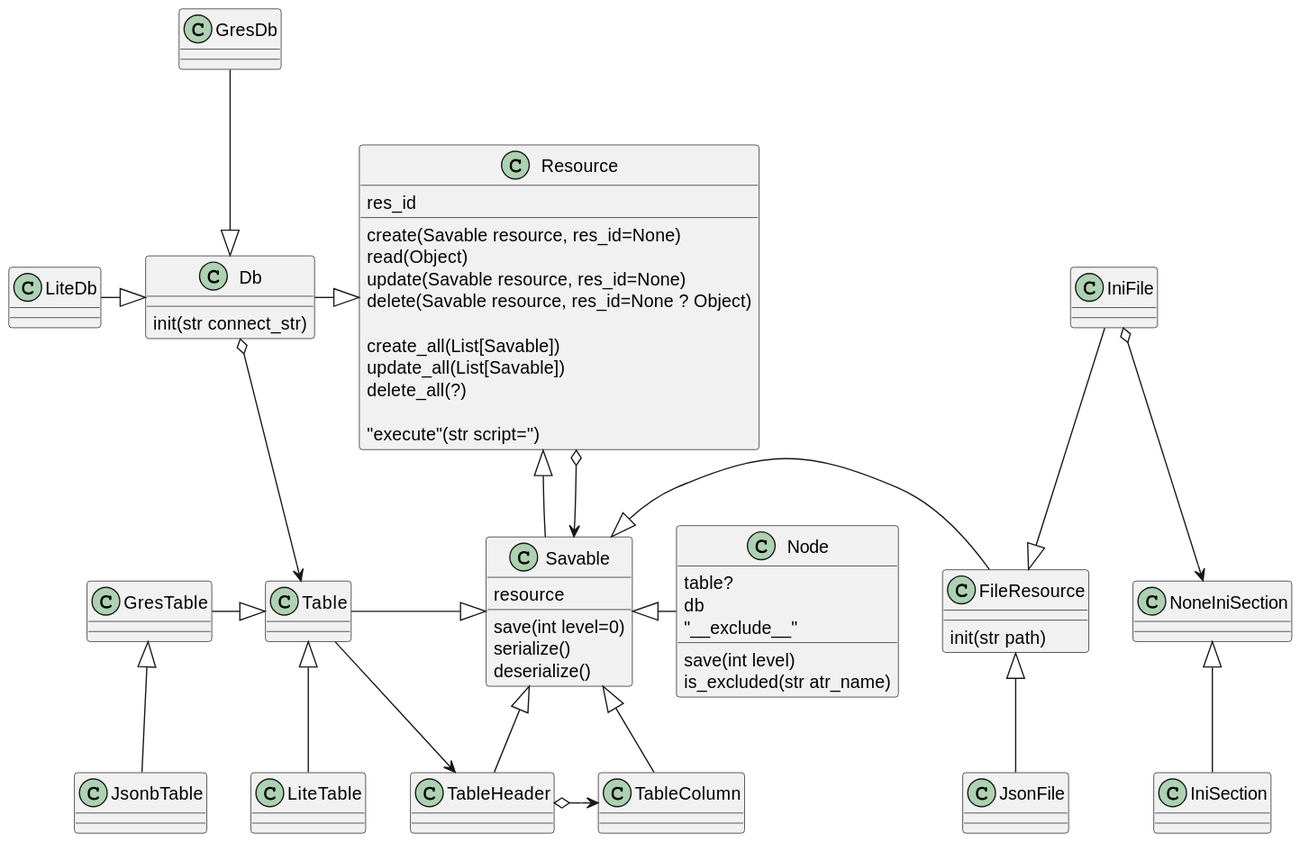
nagvalhm/epure keeps this PlantUML diagram as out/resource.svg. Above is the earlier version.
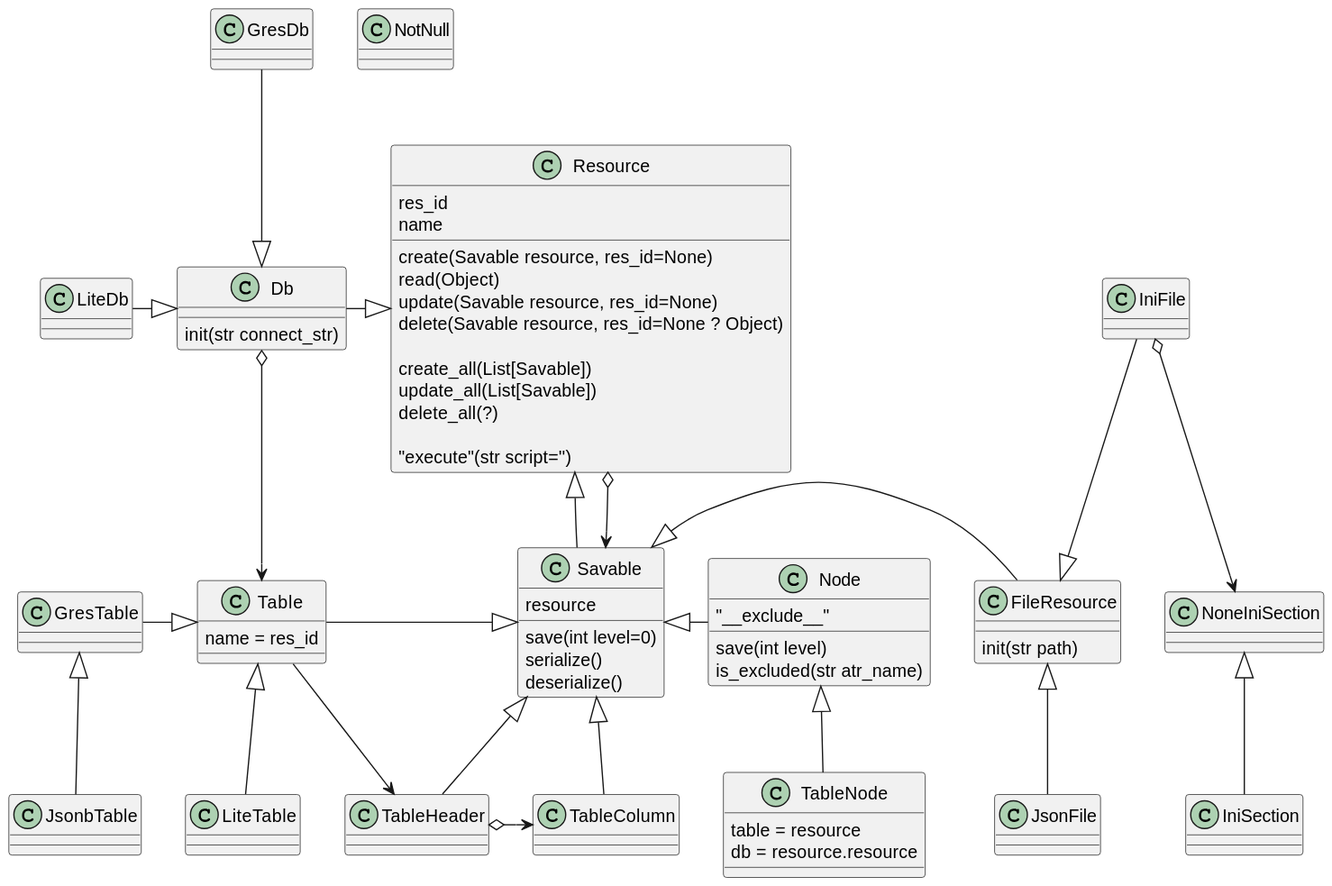
The same file after the commit.

Commit message:
implemented high level from resource uml

The edit, as a diff of the source:
```diff
@@ -11,7 +11,9 @@
 
     "execute"(str script='')
     res_id
+    name
 }
+
 
 class Db{
     init(str connect_str)
@@ -27,7 +29,9 @@
     deserialize()
 }
 
-class Table{}
+class Table{
+    name = res_id
+}
 
 class GresTable{}
 class JsonbTable{}
@@ -35,6 +39,7 @@
 
 class TableHeader{}
 class TableColumn{}
+class NotNull{}
 
 class FileResource{
     init(str path)
@@ -46,13 +51,15 @@
 class JsonFile{}
 
 class Node{
-    table?
-    db
     "__exclude__"
     save(int level)
     is_excluded(str atr_name)
 }
 
+class TableNode{
+    table = resource
+    db = resource.resource
+}
 
 
 
@@ -73,6 +80,7 @@
         Table <|-- LiteTable
         Table --> TableHeader
     Savable <|-right- Node
+        Node <|-- TableNode
     Savable <|-- TableHeader
         TableHeader o-right-> TableColumn
     Savable <|-- TableColumn
```
